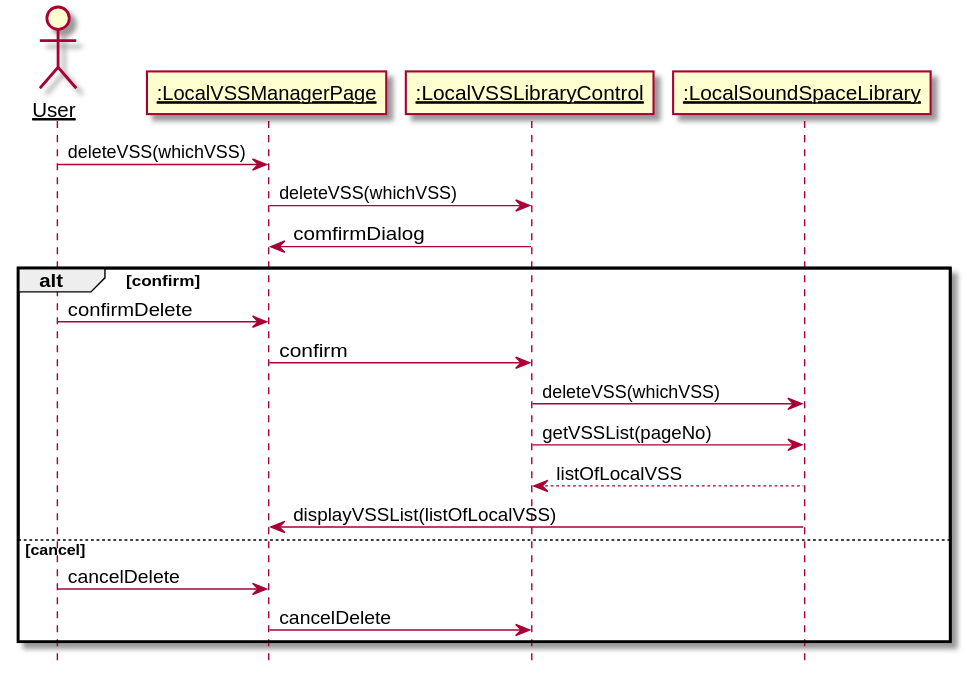
Above: 设计/Diagrams/DeleteVSS.svg in kpp19920121/doc (PlantUML), before the change.
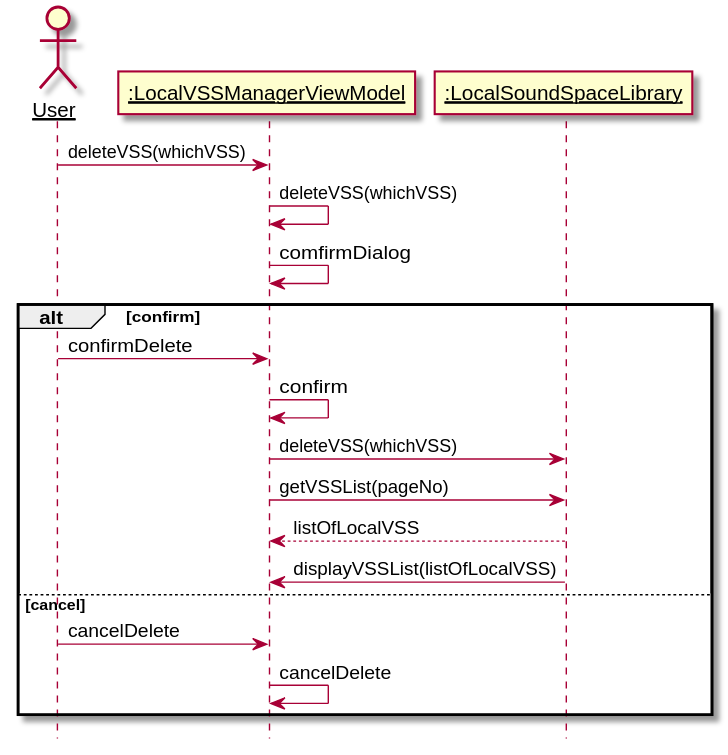
Above is the later version.

What changed in the source:
```diff
@@ -3,23 +3,22 @@
 skinparam sequenceParticipant underline
 
 actor User as user
-participant ":LocalVSSManagerPage" as page
-participant ":LocalVSSLibraryControl" as control
+participant ":LocalVSSManagerViewModel" as page
 participant ":LocalSoundSpaceLibrary" as library
 
 user -> page: deleteVSS(whichVSS)
-page -> control: deleteVSS(whichVSS)
-control -> page: comfirmDialog
+page -> page: deleteVSS(whichVSS)
+page -> page: comfirmDialog
 alt confirm
     user -> page: confirmDelete
-    page -> control: confirm
-    control -> library: deleteVSS(whichVSS)
-    control -> library: getVSSList(pageNo)
-    library --> control: listOfLocalVSS
+    page -> page: confirm
+    page -> library: deleteVSS(whichVSS)
+    page -> library: getVSSList(pageNo)
+    library --> page: listOfLocalVSS
     library -> page: displayVSSList(listOfLocalVSS)
 else cancel
     user -> page: cancelDelete
-    page -> control: cancelDelete
+    page -> page: cancelDelete
 end
 
 
```
